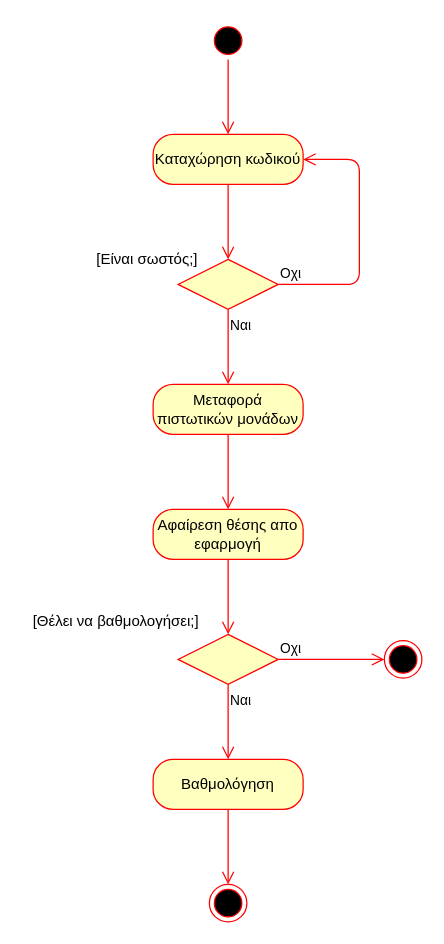
The draw.io diagram requirements/DRAWIO files/ΑνταλλαγήΘέσηςΣτάθμευσης_ΑCTIVITY.drawio in ntinouldinho/Parking-App, before the edit. Source tidied: cells renumbered, new cells numbered last; positions are measured from the earlier drawing's top-left corner, leaving out a move shared by most shapes. Both pictures are drawn from the tidied source at 125%, with x=0, y=0 at pixel (21, 21).
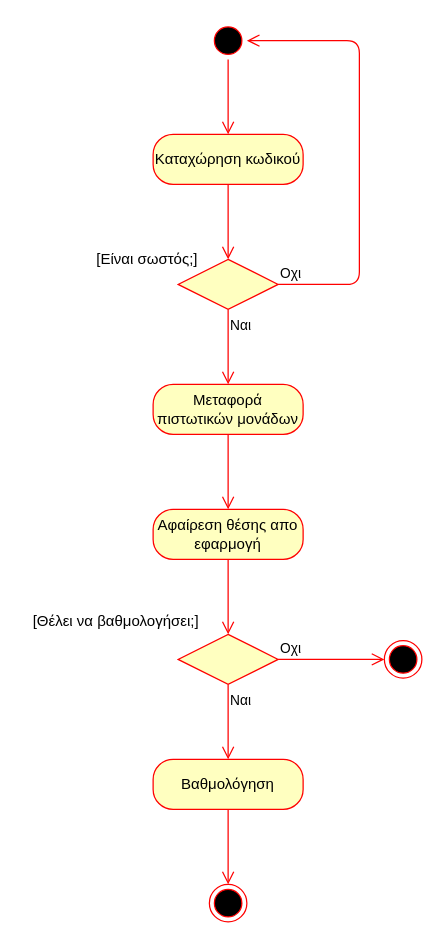
The same diagram, later.

Unchanged cells that the change refers to:
```xml
<mxCell id="2" style="ellipse;html=1;shape=startState;fillColor=#000000;strokeColor=#ff0000;" parent="1" vertex="1">
  <mxGeometry x="150" width="30" height="30" as="geometry" />
</mxCell>
<mxCell id="4" value="Καταχώρηση κωδικού" style="rounded=1;whiteSpace=wrap;html=1;arcSize=40;fontColor=#000000;fillColor=#ffffc0;strokeColor=#ff0000;" parent="1" vertex="1">
  <mxGeometry x="105" y="90" width="120" height="40" as="geometry" />
</mxCell>
<mxCell id="6" style="rhombus;whiteSpace=wrap;html=1;fillColor=#ffffc0;strokeColor=#ff0000;" parent="1" vertex="1">
  <mxGeometry x="125" y="190" width="80" height="40" as="geometry" />
</mxCell>
```

The edit, as a diff of the source:
```diff
@@
-    <mxCell id="7" value="Οχι" style="edgeStyle=orthogonalEdgeStyle;html=1;align=left;verticalAlign=bottom;endArrow=open;endSize=8;strokeColor=#ff0000;entryX=1;entryY=0.5;entryDx=0;entryDy=0;" parent="1" edge="1" source="6" target="4">
+    <mxCell id="7" value="Οχι" style="edgeStyle=orthogonalEdgeStyle;html=1;align=left;verticalAlign=bottom;endArrow=open;endSize=8;strokeColor=#ff0000;entryX=1;entryY=0.5;entryDx=0;entryDy=0;" parent="1" edge="1" source="6" target="2">
       <mxGeometry x="-1" relative="1" as="geometry">
         <Array as="points">
           <mxPoint x="270" y="210" />
-          <mxPoint x="270" y="110" />
+          <mxPoint x="270" y="15" />
         </Array>
       </mxGeometry>
     </mxCell>
```
